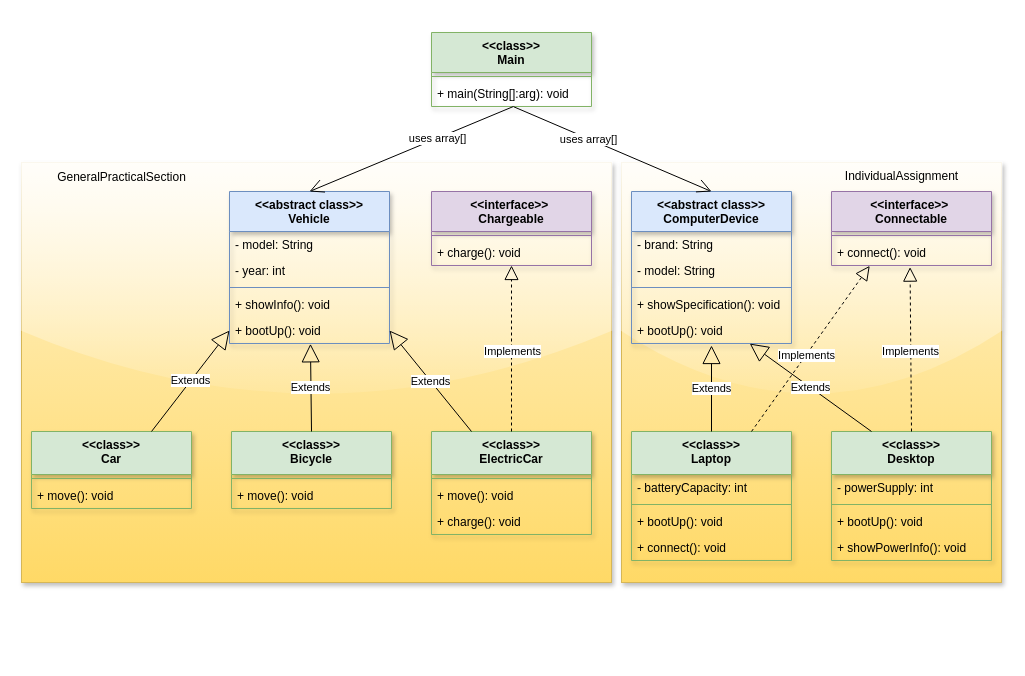
This is report/drawio UML/AppDiagramUML_lab5.drawio from nasuehfw/oop-lab5, a draw.io file, before an edit. Source tidied: cells renumbered, new cells numbered last; positions are measured from the earlier drawing's top-left corner, leaving out a move shared by most shapes. Both pictures are drawn from the tidied source at 100%, with x=0, y=0 at pixel (21, 32).
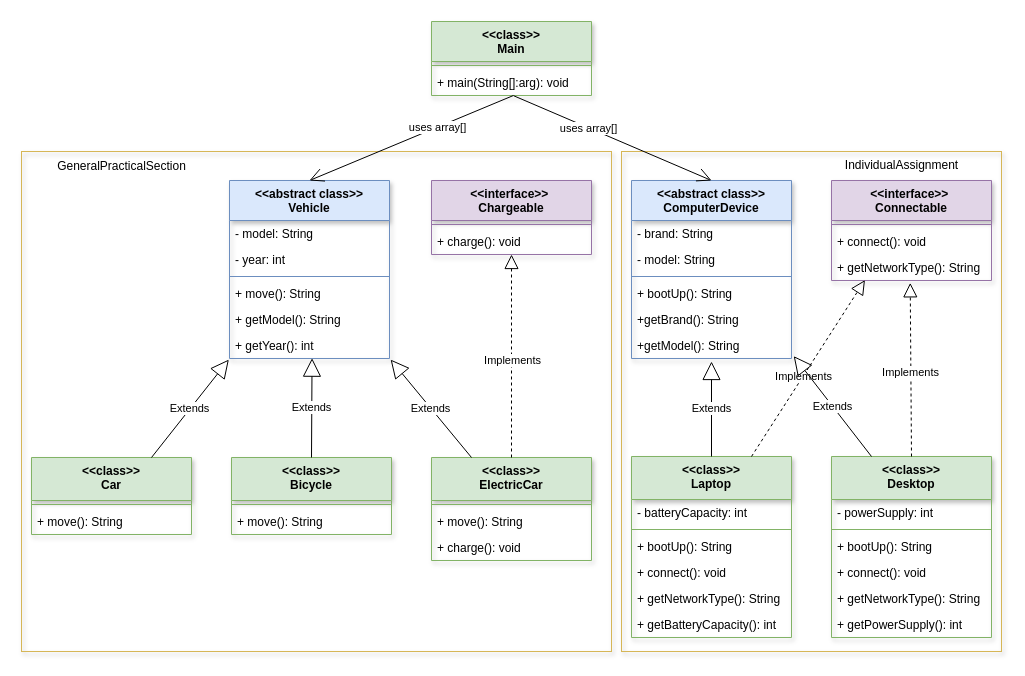
The same page after the edit.

Unchanged cells that the change refers to:
```xml
<mxCell id="6" value="+ main(String[]:arg): void" style="text;strokeColor=none;fillColor=none;align=left;verticalAlign=top;spacingLeft=4;spacingRight=4;overflow=hidden;points=[[0,0.5],[1,0.5]];portConstraint=eastwest;whiteSpace=wrap;html=1;" parent="4" vertex="1">
  <mxGeometry y="48" width="160" height="26" as="geometry" />
</mxCell>
<mxCell id="17" value="+ connect(): void" style="text;strokeColor=none;fillColor=none;align=left;verticalAlign=top;spacingLeft=4;spacingRight=4;overflow=hidden;points=[[0,0.5],[1,0.5]];portConstraint=eastwest;whiteSpace=wrap;html=1;" parent="15" vertex="1">
  <mxGeometry y="48" width="160" height="26" as="geometry" />
</mxCell>
```

Diff of the diagram source:
```diff
@@
+    <mxCell id="62" style="group;" parent="1" vertex="1">
+      <mxGeometry y="-11" width="980" height="630" as="geometry" />
+    </mxCell>
-    <mxCell id="2" style="rounded=0;whiteSpace=wrap;html=1;glass=1;fillColor=#fff2cc;gradientColor=#ffd966;strokeColor=#d6b656;shadow=1;" parent="1" vertex="1">
-      <mxGeometry y="130" width="590" height="420" as="geometry" />
+    <mxCell id="2" style="rounded=0;whiteSpace=wrap;html=1;glass=1;fillColor=none;gradientColor=#ffd966;strokeColor=#d6b656;shadow=1;" parent="62" vertex="1">
+      <mxGeometry y="130" width="590" height="500" as="geometry" />
     </mxCell>
-    <mxCell id="3" style="rounded=0;whiteSpace=wrap;html=1;glass=1;fillColor=#fff2cc;strokeColor=#d6b656;gradientColor=#ffd966;shadow=1;" parent="1" vertex="1">
-      <mxGeometry x="600" y="130" width="380" height="420" as="geometry" />
+    <mxCell id="3" style="rounded=0;whiteSpace=wrap;html=1;glass=1;fillColor=none;strokeColor=#d6b656;gradientColor=#ffd966;shadow=1;" parent="62" vertex="1">
+      <mxGeometry x="600" y="130" width="380" height="500" as="geometry" />
     </mxCell>
-    <mxCell id="4" value="&amp;lt;&amp;lt;class&amp;gt;&amp;gt;&lt;div&gt;Main&lt;/div&gt;" style="swimlane;fontStyle=1;align=center;verticalAlign=top;horizontal=1;startSize=40;whiteSpace=wrap;html=1;shadow=1;fillColor=#d5e8d4;strokeColor=#82b366;" parent="1" vertex="1">
+    <mxCell id="4" value="&amp;lt;&amp;lt;class&amp;gt;&amp;gt;&lt;div&gt;Main&lt;/div&gt;" style="swimlane;fontStyle=1;align=center;verticalAlign=top;horizontal=1;startSize=40;whiteSpace=wrap;html=1;shadow=1;fillColor=#d5e8d4;strokeColor=#82b366;" parent="62" vertex="1">
       <mxGeometry x="410" width="160" height="74" as="geometry" />
     </mxCell>
@@
-    <mxCell id="7" value="&lt;div&gt;&amp;lt;&amp;lt;&lt;span style=&quot;background-color: transparent; color: light-dark(rgb(0, 0, 0), rgb(255, 255, 255));&quot;&gt;abstract class&amp;gt;&amp;gt;&lt;/span&gt;&lt;/div&gt;ComputerDevice" style="swimlane;fontStyle=1;align=center;verticalAlign=top;horizontal=1;startSize=40;whiteSpace=wrap;html=1;textShadow=0;shadow=1;fillColor=#dae8fc;strokeColor=#6c8ebf;" parent="1" vertex="1">
-      <mxGeometry x="610" y="159" width="160" height="152" as="geometry" />
+    <mxCell id="7" value="&lt;div&gt;&amp;lt;&amp;lt;&lt;span style=&quot;background-color: transparent; color: light-dark(rgb(0, 0, 0), rgb(255, 255, 255));&quot;&gt;abstract class&amp;gt;&amp;gt;&lt;/span&gt;&lt;/div&gt;ComputerDevice" style="swimlane;fontStyle=1;align=center;verticalAlign=top;horizontal=1;startSize=40;whiteSpace=wrap;html=1;textShadow=0;shadow=1;fillColor=#dae8fc;strokeColor=#6c8ebf;" parent="62" vertex="1">
+      <mxGeometry x="610" y="159" width="160" height="178" as="geometry" />
     </mxCell>
@@
+    <mxCell id="12" value="+ bootUp(): String" style="text;strokeColor=none;fillColor=none;align=left;verticalAlign=top;spacingLeft=4;spacingRight=4;overflow=hidden;points=[[0,0.5],[1,0.5]];portConstraint=eastwest;whiteSpace=wrap;html=1;" parent="7" vertex="1">
+      <mxGeometry y="100" width="160" height="26" as="geometry" />
+    </mxCell>
+    <mxCell id="63" value="+getBrand(): String" style="text;strokeColor=none;fillColor=none;align=left;verticalAlign=top;spacingLeft=4;spacingRight=4;overflow=hidden;whiteSpace=wrap;html=1;" parent="7" vertex="1">
+      <mxGeometry y="126" width="160" height="26" as="geometry" />
+    </mxCell>
-    <mxCell id="11" value="+ showSpecification(): void" style="text;strokeColor=none;fillColor=none;align=left;verticalAlign=top;spacingLeft=4;spacingRight=4;overflow=hidden;points=[[0,0.5],[1,0.5]];portConstraint=eastwest;whiteSpace=wrap;html=1;" parent="7" vertex="1">
-      <mxGeometry y="100" width="160" height="26" as="geometry" />
+    <mxCell id="11" value="+getModel(): String" style="text;strokeColor=none;fillColor=none;align=left;verticalAlign=top;spacingLeft=4;spacingRight=4;overflow=hidden;points=[[0,0.5],[1,0.5]];portConstraint=eastwest;whiteSpace=wrap;html=1;" parent="7" vertex="1">
+      <mxGeometry y="152" width="160" height="26" as="geometry" />
     </mxCell>
-    <mxCell id="12" value="+ bootUp(): void" style="text;strokeColor=none;fillColor=none;align=left;verticalAlign=top;spacingLeft=4;spacingRight=4;overflow=hidden;points=[[0,0.5],[1,0.5]];portConstraint=eastwest;whiteSpace=wrap;html=1;" parent="7" vertex="1">
-      <mxGeometry y="126" width="160" height="26" as="geometry" />
-    </mxCell>
-    <mxCell id="13" style="endArrow=open;endFill=1;endSize=12;html=1;rounded=0;exitX=0.513;exitY=1.008;exitDx=0;exitDy=0;exitPerimeter=0;entryX=0.5;entryY=0;entryDx=0;entryDy=0;" parent="1" edge="1" source="6" target="7">
+    <mxCell id="13" style="endArrow=open;endFill=1;endSize=12;html=1;rounded=0;exitX=0.513;exitY=1.008;exitDx=0;exitDy=0;exitPerimeter=0;entryX=0.5;entryY=0;entryDx=0;entryDy=0;" parent="62" edge="1" source="6" target="7">
       <mxGeometry relative="1" as="geometry" />
     </mxCell>
@@
-    <mxCell id="15" value="&amp;lt;&amp;lt;interface&amp;gt;&amp;gt;&amp;nbsp;&lt;div&gt;Connectable&lt;/div&gt;" style="swimlane;fontStyle=1;align=center;verticalAlign=top;horizontal=1;startSize=40;whiteSpace=wrap;html=1;fillColor=#e1d5e7;strokeColor=#9673a6;shadow=1;rounded=0;glass=0;" parent="1" vertex="1">
-      <mxGeometry x="810" y="159" width="160" height="74" as="geometry" />
+    <mxCell id="15" value="&amp;lt;&amp;lt;interface&amp;gt;&amp;gt;&amp;nbsp;&lt;div&gt;Connectable&lt;/div&gt;" style="swimlane;fontStyle=1;align=center;verticalAlign=top;horizontal=1;startSize=40;whiteSpace=wrap;html=1;fillColor=#e1d5e7;strokeColor=#9673a6;shadow=1;rounded=0;glass=0;" parent="62" vertex="1">
+      <mxGeometry x="810" y="159" width="160" height="100" as="geometry" />
     </mxCell>
@@
+    <mxCell id="64" value="+ getNetworkType(): String" style="text;strokeColor=none;fillColor=none;align=left;verticalAlign=top;spacingLeft=4;spacingRight=4;overflow=hidden;points=[[0,0.5],[1,0.5]];portConstraint=eastwest;whiteSpace=wrap;html=1;" parent="15" vertex="1">
+      <mxGeometry y="74" width="160" height="26" as="geometry" />
+    </mxCell>
-    <mxCell id="18" value="&amp;lt;&amp;lt;class&amp;gt;&amp;gt;&lt;div&gt;Laptop&lt;/div&gt;" style="swimlane;fontStyle=1;align=center;verticalAlign=top;horizontal=1;startSize=43;whiteSpace=wrap;html=1;shadow=1;fillColor=#d5e8d4;strokeColor=#82b366;" parent="1" vertex="1">
-      <mxGeometry x="610" y="399" width="160" height="129" as="geometry" />
+    <mxCell id="18" value="&amp;lt;&amp;lt;class&amp;gt;&amp;gt;&lt;div&gt;Laptop&lt;/div&gt;" style="swimlane;fontStyle=1;align=center;verticalAlign=top;horizontal=1;startSize=43;whiteSpace=wrap;html=1;shadow=1;fillColor=#d5e8d4;strokeColor=#82b366;" parent="62" vertex="1">
+      <mxGeometry x="610" y="435" width="160" height="181" as="geometry" />
     </mxCell>
@@
-    <mxCell id="21" value="+ bootUp(): void" style="text;strokeColor=none;fillColor=none;align=left;verticalAlign=top;spacingLeft=4;spacingRight=4;overflow=hidden;whiteSpace=wrap;html=1;" parent="18" vertex="1">
+    <mxCell id="21" value="+ bootUp(): String" style="text;strokeColor=none;fillColor=none;align=left;verticalAlign=top;spacingLeft=4;spacingRight=4;overflow=hidden;whiteSpace=wrap;html=1;" parent="18" vertex="1">
       <mxGeometry y="77" width="160" height="26" as="geometry" />
     </mxCell>
@@
+    <mxCell id="65" value="+ getNetworkType(): String" style="text;strokeColor=none;fillColor=none;align=left;verticalAlign=top;spacingLeft=4;spacingRight=4;overflow=hidden;whiteSpace=wrap;html=1;" parent="18" vertex="1">
+      <mxGeometry y="129" width="160" height="26" as="geometry" />
+    </mxCell>
+    <mxCell id="66" value="+ getBatteryCapacity(): int" style="text;strokeColor=none;fillColor=none;align=left;verticalAlign=top;spacingLeft=4;spacingRight=4;overflow=hidden;whiteSpace=wrap;html=1;" parent="18" vertex="1">
+      <mxGeometry y="155" width="160" height="26" as="geometry" />
+    </mxCell>
-    <mxCell id="23" value="&amp;lt;&amp;lt;class&amp;gt;&amp;gt;&lt;div&gt;Desktop&lt;/div&gt;" style="swimlane;fontStyle=1;align=center;verticalAlign=top;horizontal=1;startSize=43;whiteSpace=wrap;html=1;shadow=1;fillColor=#d5e8d4;strokeColor=#82b366;" parent="1" vertex="1">
-      <mxGeometry x="810" y="399" width="160" height="129" as="geometry" />
+    <mxCell id="23" value="&amp;lt;&amp;lt;class&amp;gt;&amp;gt;&lt;div&gt;Desktop&lt;/div&gt;" style="swimlane;fontStyle=1;align=center;verticalAlign=top;horizontal=1;startSize=43;whiteSpace=wrap;html=1;shadow=1;fillColor=#d5e8d4;strokeColor=#82b366;" parent="62" vertex="1">
+      <mxGeometry x="810" y="435" width="160" height="181" as="geometry" />
     </mxCell>
@@
-    <mxCell id="26" value="+ bootUp(): void" style="text;strokeColor=none;fillColor=none;align=left;verticalAlign=top;spacingLeft=4;spacingRight=4;overflow=hidden;whiteSpace=wrap;html=1;" parent="23" vertex="1">
+    <mxCell id="26" value="+ bootUp(): String" style="text;strokeColor=none;fillColor=none;align=left;verticalAlign=top;spacingLeft=4;spacingRight=4;overflow=hidden;whiteSpace=wrap;html=1;" parent="23" vertex="1">
       <mxGeometry y="77" width="160" height="26" as="geometry" />
     </mxCell>
-    <mxCell id="27" value="+ showPowerInfo(): void" style="text;strokeColor=none;fillColor=none;align=left;verticalAlign=top;spacingLeft=4;spacingRight=4;overflow=hidden;whiteSpace=wrap;html=1;" parent="23" vertex="1">
+    <mxCell id="27" value="+ connect(): void" style="text;strokeColor=none;fillColor=none;align=left;verticalAlign=top;spacingLeft=4;spacingRight=4;overflow=hidden;whiteSpace=wrap;html=1;" parent="23" vertex="1">
       <mxGeometry y="103" width="160" height="26" as="geometry" />
     </mxCell>
+    <mxCell id="67" value="+ getNetworkType(): String" style="text;strokeColor=none;fillColor=none;align=left;verticalAlign=top;spacingLeft=4;spacingRight=4;overflow=hidden;whiteSpace=wrap;html=1;" parent="23" vertex="1">
+      <mxGeometry y="129" width="160" height="26" as="geometry" />
+    </mxCell>
+    <mxCell id="68" value="+ getPowerSupply(): int" style="text;strokeColor=none;fillColor=none;align=left;verticalAlign=top;spacingLeft=4;spacingRight=4;overflow=hidden;whiteSpace=wrap;html=1;" parent="23" vertex="1">
+      <mxGeometry y="155" width="160" height="26" as="geometry" />
+    </mxCell>
-    <mxCell id="28" style="endArrow=block;dashed=1;endFill=0;endSize=12;html=1;rounded=0;exitX=0.75;exitY=0;exitDx=0;exitDy=0;entryX=0.239;entryY=1.012;entryDx=0;entryDy=0;entryPerimeter=0;" parent="1" edge="1" source="18" target="17">
+    <mxCell id="28" style="endArrow=block;dashed=1;endFill=0;endSize=12;html=1;rounded=0;exitX=0.75;exitY=0;exitDx=0;exitDy=0;entryX=0.209;entryY=0.985;entryDx=0;entryDy=0;entryPerimeter=0;" parent="62" edge="1" source="18" target="64">
       <mxGeometry relative="1" as="geometry" />
     </mxCell>
@@
-    <mxCell id="30" style="endArrow=block;dashed=1;endFill=0;endSize=12;html=1;rounded=0;exitX=0.5;exitY=0;exitDx=0;exitDy=0;entryX=0.491;entryY=1.062;entryDx=0;entryDy=0;entryPerimeter=0;" parent="1" edge="1" source="23" target="17">
+    <mxCell id="30" style="endArrow=block;dashed=1;endFill=0;endSize=12;html=1;rounded=0;exitX=0.5;exitY=0;exitDx=0;exitDy=0;entryX=0.492;entryY=1.09;entryDx=0;entryDy=0;entryPerimeter=0;" parent="62" edge="1" source="23" target="64">
       <mxGeometry relative="1" as="geometry" />
     </mxCell>
@@
-    <mxCell id="32" value="Extends" style="endArrow=block;endSize=16;endFill=0;html=1;rounded=0;exitX=0.5;exitY=0;exitDx=0;exitDy=0;entryX=0.5;entryY=1.077;entryDx=0;entryDy=0;entryPerimeter=0;" parent="1" edge="1" source="18" target="12">
+    <mxCell id="32" value="Extends" style="endArrow=block;endSize=16;endFill=0;html=1;rounded=0;exitX=0.5;exitY=0;exitDx=0;exitDy=0;entryX=0.5;entryY=1.115;entryDx=0;entryDy=0;entryPerimeter=0;" parent="62" edge="1" source="18" target="11">
       <mxGeometry relative="1" as="geometry" />
     </mxCell>
-    <mxCell id="33" value="Extends" style="endArrow=block;endSize=16;endFill=0;html=1;rounded=0;exitX=0.25;exitY=0;exitDx=0;exitDy=0;entryX=0.739;entryY=1.003;entryDx=0;entryDy=0;entryPerimeter=0;" parent="1" edge="1" source="23" target="12">
+    <mxCell id="33" value="Extends" style="endArrow=block;endSize=16;endFill=0;html=1;rounded=0;exitX=0.25;exitY=0;exitDx=0;exitDy=0;entryX=1.014;entryY=0.908;entryDx=0;entryDy=0;entryPerimeter=0;" parent="62" edge="1" source="23" target="11">
       <mxGeometry relative="1" as="geometry" />
     </mxCell>
-    <mxCell id="34" value="&lt;span style=&quot;background-color: transparent; color: light-dark(rgb(0, 0, 0), rgb(255, 255, 255));&quot;&gt;&amp;lt;&amp;lt;abstract class&amp;gt;&amp;gt;&lt;/span&gt;&lt;div&gt;Vehicle&lt;/div&gt;" style="swimlane;fontStyle=1;align=center;verticalAlign=top;horizontal=1;startSize=40;whiteSpace=wrap;html=1;textShadow=0;shadow=1;fillColor=#dae8fc;strokeColor=#6c8ebf;" parent="1" vertex="1">
-      <mxGeometry x="208" y="159" width="160" height="152" as="geometry" />
+    <mxCell id="34" value="&lt;span style=&quot;background-color: transparent; color: light-dark(rgb(0, 0, 0), rgb(255, 255, 255));&quot;&gt;&amp;lt;&amp;lt;abstract class&amp;gt;&amp;gt;&lt;/span&gt;&lt;div&gt;Vehicle&lt;/div&gt;" style="swimlane;fontStyle=1;align=center;verticalAlign=top;horizontal=1;startSize=40;whiteSpace=wrap;html=1;textShadow=0;shadow=1;fillColor=#dae8fc;strokeColor=#6c8ebf;" parent="62" vertex="1">
+      <mxGeometry x="208" y="159" width="160" height="178" as="geometry" />
     </mxCell>
@@
-    <mxCell id="38" value="+ showInfo(): void" style="text;strokeColor=none;fillColor=none;align=left;verticalAlign=top;spacingLeft=4;spacingRight=4;overflow=hidden;whiteSpace=wrap;html=1;" parent="34" vertex="1">
+    <mxCell id="38" value="+ move(): String" style="text;strokeColor=none;fillColor=none;align=left;verticalAlign=top;spacingLeft=4;spacingRight=4;overflow=hidden;whiteSpace=wrap;html=1;" parent="34" vertex="1">
       <mxGeometry y="100" width="160" height="26" as="geometry" />
     </mxCell>
-    <mxCell id="39" value="+ bootUp(): void" style="text;strokeColor=none;fillColor=none;align=left;verticalAlign=top;spacingLeft=4;spacingRight=4;overflow=hidden;points=[[0,0.5],[1,0.5]];portConstraint=eastwest;whiteSpace=wrap;html=1;" parent="34" vertex="1">
+    <mxCell id="39" value="+ getModel(): String" style="text;strokeColor=none;fillColor=none;align=left;verticalAlign=top;spacingLeft=4;spacingRight=4;overflow=hidden;points=[[0,0.5],[1,0.5]];portConstraint=eastwest;whiteSpace=wrap;html=1;" parent="34" vertex="1">
       <mxGeometry y="126" width="160" height="26" as="geometry" />
     </mxCell>
+    <mxCell id="69" value="+ getYear(): int" style="text;strokeColor=none;fillColor=none;align=left;verticalAlign=top;spacingLeft=4;spacingRight=4;overflow=hidden;points=[[0,0.5],[1,0.5]];portConstraint=eastwest;whiteSpace=wrap;html=1;" parent="34" vertex="1">
+      <mxGeometry y="152" width="160" height="26" as="geometry" />
+    </mxCell>
-    <mxCell id="40" value="&amp;lt;&amp;lt;interface&amp;gt;&amp;gt;&amp;nbsp;&lt;div&gt;Chargeable&lt;/div&gt;" style="swimlane;fontStyle=1;align=center;verticalAlign=top;horizontal=1;startSize=40;whiteSpace=wrap;html=1;fillColor=#e1d5e7;strokeColor=#9673a6;shadow=1;" parent="1" vertex="1">
+    <mxCell id="40" value="&amp;lt;&amp;lt;interface&amp;gt;&amp;gt;&amp;nbsp;&lt;div&gt;Chargeable&lt;/div&gt;" style="swimlane;fontStyle=1;align=center;verticalAlign=top;horizontal=1;startSize=40;whiteSpace=wrap;html=1;fillColor=#e1d5e7;strokeColor=#9673a6;shadow=1;" parent="62" vertex="1">
       <mxGeometry x="410" y="159" width="160" height="74" as="geometry" />
     </mxCell>
@@
-    <mxCell id="43" style="endArrow=open;endFill=1;endSize=12;html=1;rounded=0;exitX=0.512;exitY=1;exitDx=0;exitDy=0;exitPerimeter=0;entryX=0.5;entryY=0;entryDx=0;entryDy=0;" parent="1" edge="1" source="6" target="34">
+    <mxCell id="43" style="endArrow=open;endFill=1;endSize=12;html=1;rounded=0;exitX=0.512;exitY=1;exitDx=0;exitDy=0;exitPerimeter=0;entryX=0.5;entryY=0;entryDx=0;entryDy=0;" parent="62" edge="1" source="6" target="34">
       <mxGeometry relative="1" as="geometry" />
     </mxCell>
@@
-    <mxCell id="45" value="&amp;lt;&amp;lt;class&amp;gt;&amp;gt;&lt;div&gt;ElectricCar&lt;/div&gt;" style="swimlane;fontStyle=1;align=center;verticalAlign=top;horizontal=1;startSize=43;whiteSpace=wrap;html=1;shadow=1;fillColor=#d5e8d4;strokeColor=#82b366;" parent="1" vertex="1">
-      <mxGeometry x="410" y="399" width="160" height="103" as="geometry" />
+    <mxCell id="45" value="&amp;lt;&amp;lt;class&amp;gt;&amp;gt;&lt;div&gt;ElectricCar&lt;/div&gt;" style="swimlane;fontStyle=1;align=center;verticalAlign=top;horizontal=1;startSize=43;whiteSpace=wrap;html=1;shadow=1;fillColor=#d5e8d4;strokeColor=#82b366;" parent="62" vertex="1">
+      <mxGeometry x="410" y="436" width="160" height="103" as="geometry" />
     </mxCell>
@@
-    <mxCell id="47" value="+ move(): void" style="text;strokeColor=none;fillColor=none;align=left;verticalAlign=top;spacingLeft=4;spacingRight=4;overflow=hidden;whiteSpace=wrap;html=1;" parent="45" vertex="1">
+    <mxCell id="47" value="+ move(): String" style="text;strokeColor=none;fillColor=none;align=left;verticalAlign=top;spacingLeft=4;spacingRight=4;overflow=hidden;whiteSpace=wrap;html=1;" parent="45" vertex="1">
       <mxGeometry y="51" width="160" height="26" as="geometry" />
     </mxCell>
@@
-    <mxCell id="49" value="&amp;lt;&amp;lt;class&amp;gt;&amp;gt;&lt;div&gt;Bicycle&lt;/div&gt;" style="swimlane;fontStyle=1;align=center;verticalAlign=top;horizontal=1;startSize=43;whiteSpace=wrap;html=1;shadow=1;fillColor=#d5e8d4;strokeColor=#82b366;" parent="1" vertex="1">
-      <mxGeometry x="210" y="399" width="160" height="77" as="geometry" />
+    <mxCell id="49" value="&amp;lt;&amp;lt;class&amp;gt;&amp;gt;&lt;div&gt;Bicycle&lt;/div&gt;" style="swimlane;fontStyle=1;align=center;verticalAlign=top;horizontal=1;startSize=43;whiteSpace=wrap;html=1;shadow=1;fillColor=#d5e8d4;strokeColor=#82b366;" parent="62" vertex="1">
+      <mxGeometry x="210" y="436" width="160" height="77" as="geometry" />
     </mxCell>
@@
-    <mxCell id="51" value="+ move(): void" style="text;strokeColor=none;fillColor=none;align=left;verticalAlign=top;spacingLeft=4;spacingRight=4;overflow=hidden;whiteSpace=wrap;html=1;" parent="49" vertex="1">
+    <mxCell id="51" value="+ move(): String" style="text;strokeColor=none;fillColor=none;align=left;verticalAlign=top;spacingLeft=4;spacingRight=4;overflow=hidden;whiteSpace=wrap;html=1;" parent="49" vertex="1">
       <mxGeometry y="51" width="160" height="26" as="geometry" />
     </mxCell>
-    <mxCell id="52" value="&amp;lt;&amp;lt;class&amp;gt;&amp;gt;&lt;div&gt;Car&lt;/div&gt;" style="swimlane;fontStyle=1;align=center;verticalAlign=top;horizontal=1;startSize=43;whiteSpace=wrap;html=1;shadow=1;fillColor=#d5e8d4;strokeColor=#82b366;" parent="1" vertex="1">
-      <mxGeometry x="10" y="399" width="160" height="77" as="geometry" />
+    <mxCell id="52" value="&amp;lt;&amp;lt;class&amp;gt;&amp;gt;&lt;div&gt;Car&lt;/div&gt;" style="swimlane;fontStyle=1;align=center;verticalAlign=top;horizontal=1;startSize=43;whiteSpace=wrap;html=1;shadow=1;fillColor=#d5e8d4;strokeColor=#82b366;" parent="62" vertex="1">
+      <mxGeometry x="10" y="436" width="160" height="77" as="geometry" />
     </mxCell>
@@
-    <mxCell id="54" value="+ move(): void" style="text;strokeColor=none;fillColor=none;align=left;verticalAlign=top;spacingLeft=4;spacingRight=4;overflow=hidden;whiteSpace=wrap;html=1;" parent="52" vertex="1">
+    <mxCell id="54" value="+ move(): String" style="text;strokeColor=none;fillColor=none;align=left;verticalAlign=top;spacingLeft=4;spacingRight=4;overflow=hidden;whiteSpace=wrap;html=1;" parent="52" vertex="1">
       <mxGeometry y="51" width="160" height="26" as="geometry" />
     </mxCell>
-    <mxCell id="55" value="Extends" style="endArrow=block;endSize=16;endFill=0;html=1;rounded=0;exitX=0.75;exitY=0;exitDx=0;exitDy=0;entryX=0;entryY=0.5;entryDx=0;entryDy=0;" parent="1" edge="1" source="52" target="39">
+    <mxCell id="55" value="Extends" style="endArrow=block;endSize=16;endFill=0;html=1;rounded=0;exitX=0.75;exitY=0;exitDx=0;exitDy=0;entryX=-0.004;entryY=1.041;entryDx=0;entryDy=0;entryPerimeter=0;" parent="62" edge="1" source="52" target="69">
       <mxGeometry relative="1" as="geometry" />
     </mxCell>
-    <mxCell id="56" value="Extends" style="endArrow=block;endSize=16;endFill=0;html=1;rounded=0;exitX=0.25;exitY=0;exitDx=0;exitDy=0;entryX=1;entryY=0.5;entryDx=0;entryDy=0;" parent="1" edge="1" source="45" target="39">
+    <mxCell id="56" value="Extends" style="endArrow=block;endSize=16;endFill=0;html=1;rounded=0;exitX=0.25;exitY=0;exitDx=0;exitDy=0;entryX=1.007;entryY=1.041;entryDx=0;entryDy=0;entryPerimeter=0;" parent="62" edge="1" source="45" target="69">
       <mxGeometry relative="1" as="geometry" />
     </mxCell>
-    <mxCell id="57" value="Extends" style="endArrow=block;endSize=16;endFill=0;html=1;rounded=0;exitX=0.5;exitY=0;exitDx=0;exitDy=0;entryX=0.506;entryY=1.012;entryDx=0;entryDy=0;entryPerimeter=0;" parent="1" edge="1" source="49" target="39">
+    <mxCell id="57" value="Extends" style="endArrow=block;endSize=16;endFill=0;html=1;rounded=0;exitX=0.5;exitY=0;exitDx=0;exitDy=0;entryX=0.516;entryY=0.988;entryDx=0;entryDy=0;entryPerimeter=0;" parent="62" edge="1" source="49" target="69">
       <mxGeometry relative="1" as="geometry" />
     </mxCell>
-    <mxCell id="58" style="endArrow=block;dashed=1;endFill=0;endSize=12;html=1;rounded=0;exitX=0.5;exitY=0;exitDx=0;exitDy=0;entryX=0.5;entryY=1;entryDx=0;entryDy=0;" parent="1" edge="1" source="45" target="40">
+    <mxCell id="58" style="endArrow=block;dashed=1;endFill=0;endSize=12;html=1;rounded=0;exitX=0.5;exitY=0;exitDx=0;exitDy=0;entryX=0.5;entryY=1;entryDx=0;entryDy=0;" parent="62" edge="1" source="45" target="40">
       <mxGeometry relative="1" as="geometry" />
     </mxCell>
@@
-    <mxCell id="60" value="IndividualAssignment" style="text;html=1;align=center;verticalAlign=middle;strokeColor=none;fillColor=none;" parent="1" vertex="1">
+    <mxCell id="60" value="IndividualAssignment" style="text;html=1;align=center;verticalAlign=middle;strokeColor=none;fillColor=none;" parent="62" vertex="1">
       <mxGeometry x="810" y="129" width="140" height="30" as="geometry" />
     </mxCell>
-    <mxCell id="61" value="GeneralPracticalSection" style="text;html=1;align=center;verticalAlign=middle;strokeColor=none;fillColor=none;" parent="1" vertex="1">
+    <mxCell id="61" value="GeneralPracticalSection" style="text;html=1;align=center;verticalAlign=middle;strokeColor=none;fillColor=none;" parent="62" vertex="1">
       <mxGeometry x="25" y="130" width="150" height="30" as="geometry" />
     </mxCell>
```
